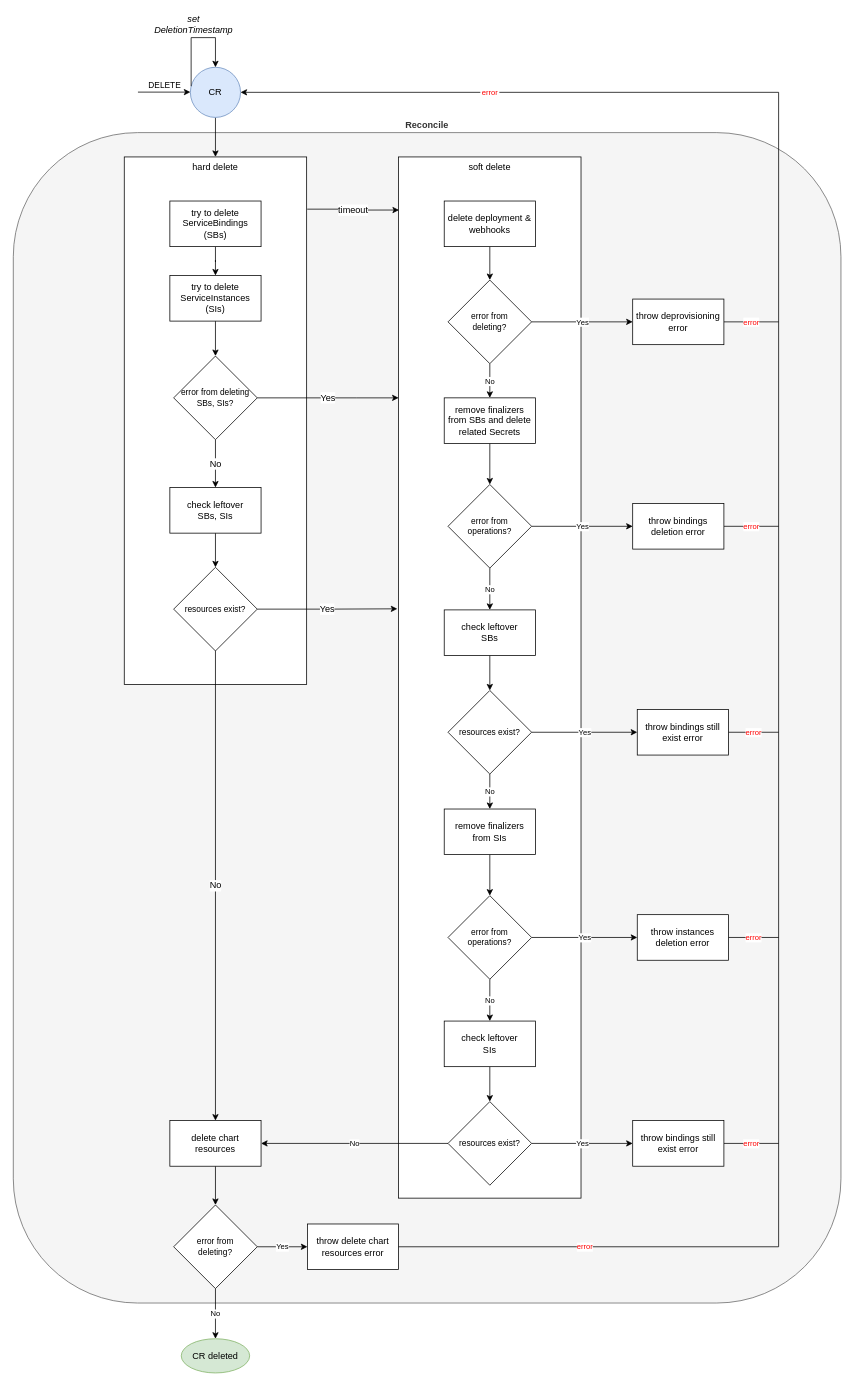
Earlier version of the draw.io diagram docs/assets/activity_deprovisioning.drawio (kyma-project/btp-manager). Source tidied: cells renumbered, new cells numbered last; positions are measured from the earlier drawing's top-left corner, leaving out a move shared by most shapes. Both pictures are drawn from the tidied source at 76%, with x=0, y=0 at pixel (13, 37).
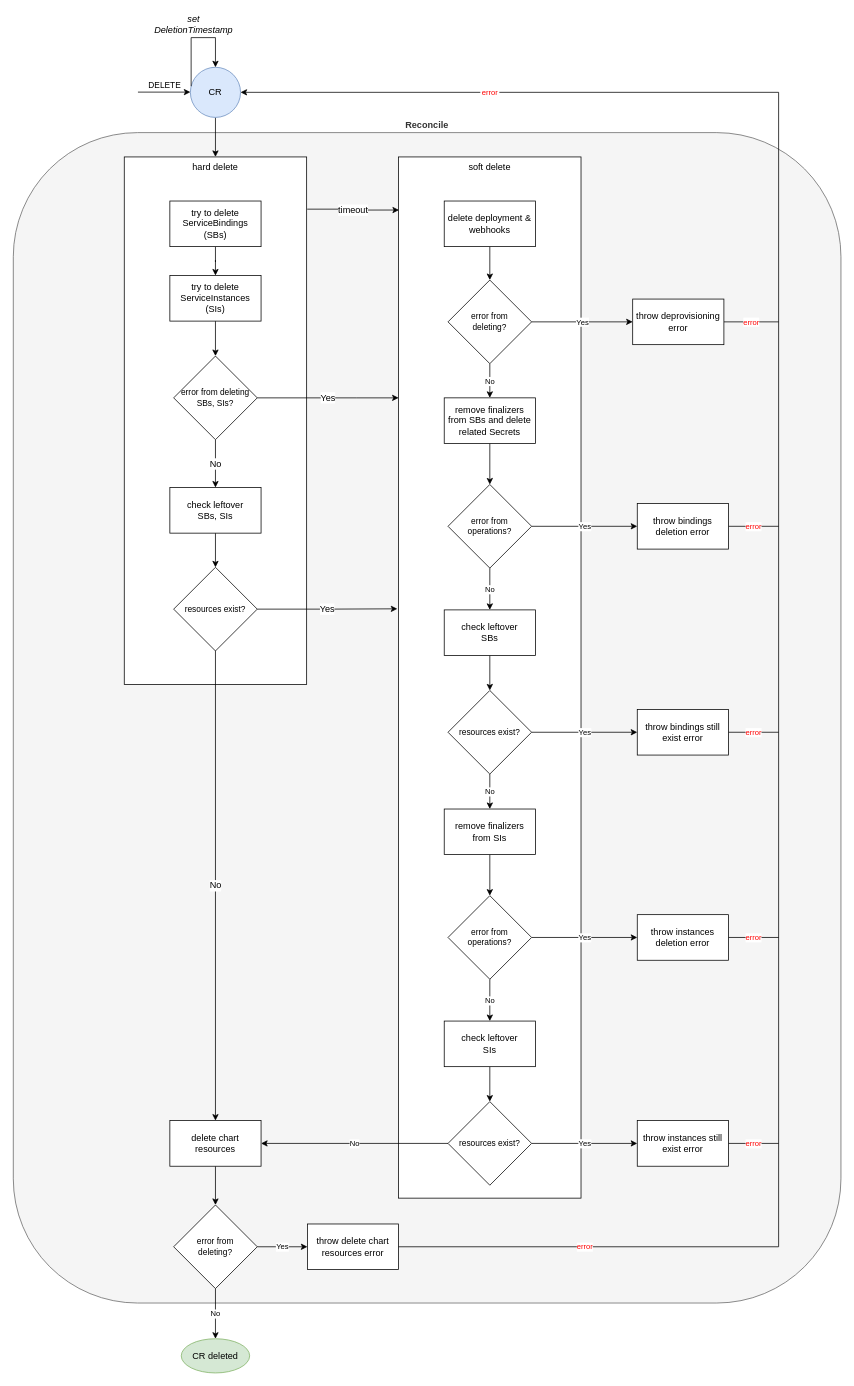
Above is the later version.

The edit, as a diff of the source:
```diff
@@
     <mxCell id="42" value="throw bindings deletion error" style="rounded=0;whiteSpace=wrap;html=1;" parent="1" vertex="1">
-      <mxGeometry x="815" y="613" width="120" height="60" as="geometry" />
+      <mxGeometry x="821" y="613" width="120" height="60" as="geometry" />
     </mxCell>
@@
-    <mxCell id="58" value="throw bindings still exist error" style="rounded=0;whiteSpace=wrap;html=1;" parent="1" vertex="1">
-      <mxGeometry x="815" y="1425" width="120" height="60" as="geometry" />
+    <mxCell id="58" value="throw instances still exist error" style="rounded=0;whiteSpace=wrap;html=1;" parent="1" vertex="1">
+      <mxGeometry x="821" y="1425" width="120" height="60" as="geometry" />
     </mxCell>
```
